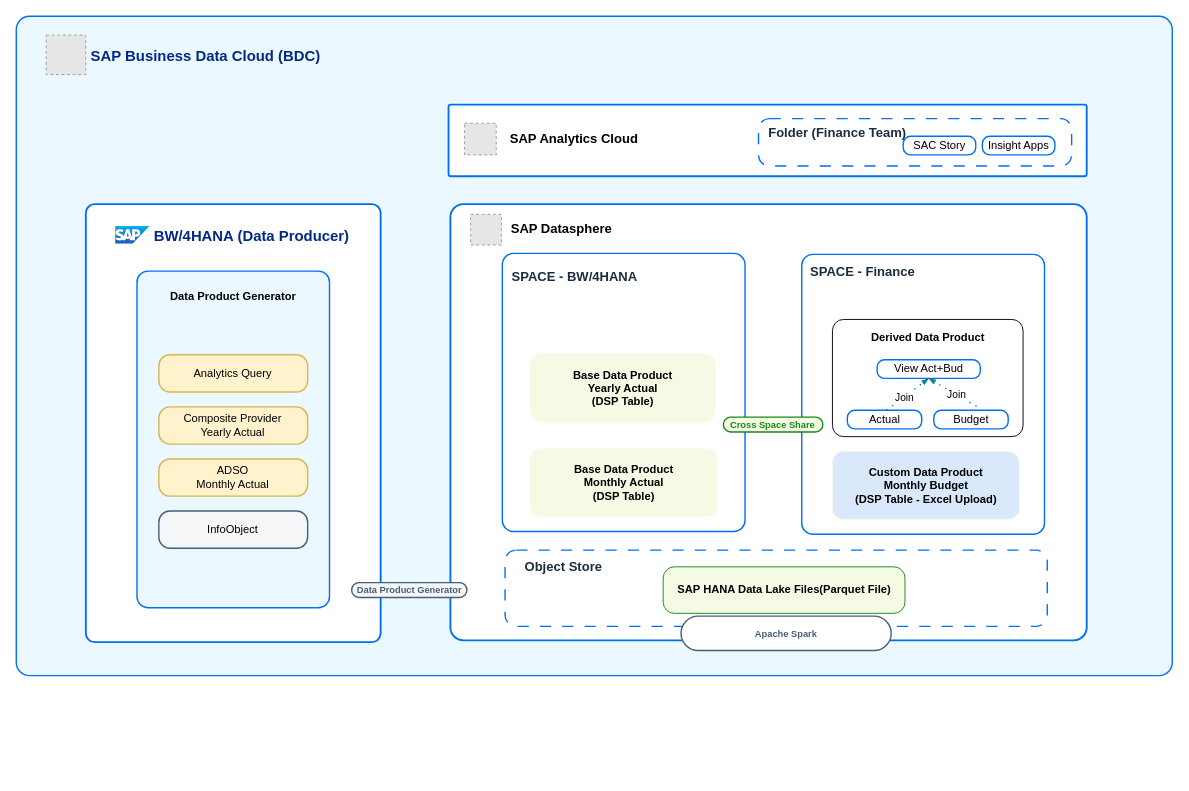
Above: docs/ref-arch/RA0013/4-modernizing-sap-bw-with-sap-bdc/drawio/bw-bdc-detailed.drawio in SAP/architecture-center (draw.io), before the change. Source tidied: cells renumbered, new cells numbered last; positions are measured from the earlier drawing's top-left corner, leaving out a move shared by most shapes. Both pictures are drawn from the tidied source at 93%, with x=0, y=0 at pixel (16, 16). Pictures stored in the file or linked from it are replaced by grey dashed boxes.
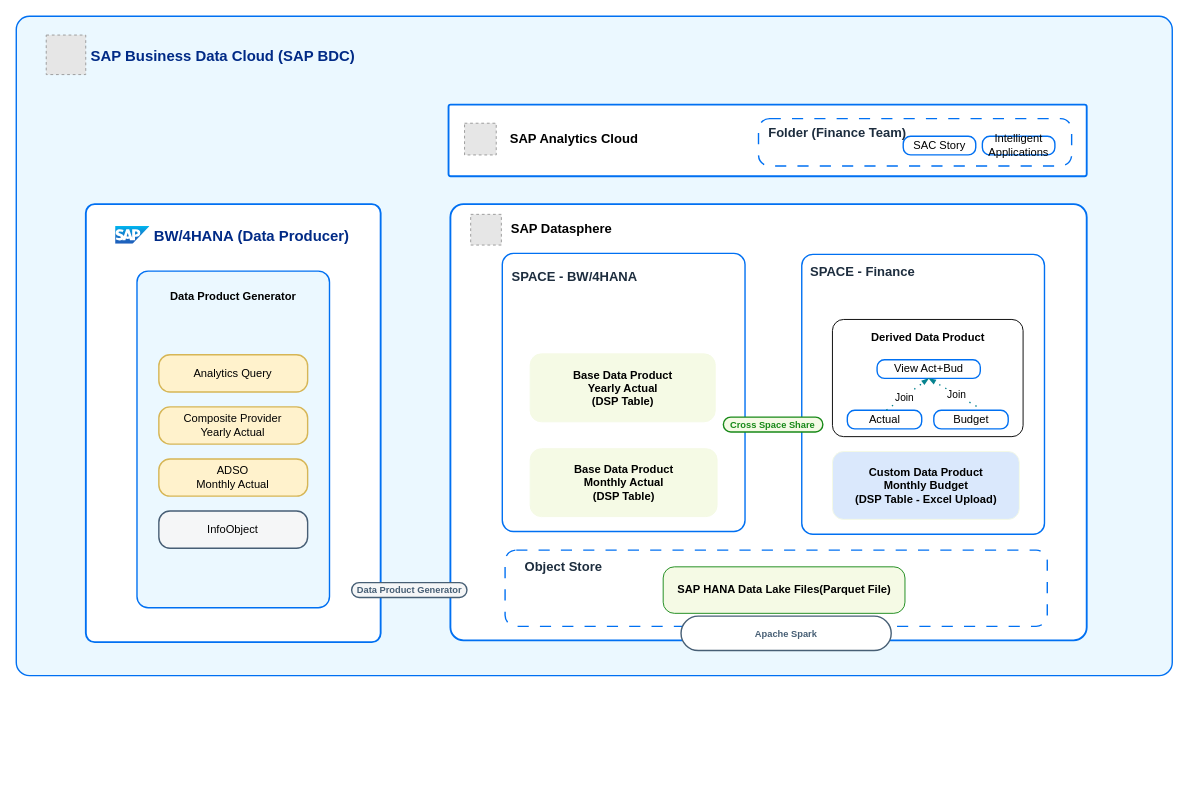
The same diagram, later.

Commit message (it also covers changes not shown here):
refactor SAP BDC and Intelligent Application usage

Unchanged cells that the change refers to:
```xml
<mxCell id="45" style="group;" parent="4" vertex="1">
  <mxGeometry x="660" y="15" width="400" height="51" as="geometry" />
</mxCell>
```

What changed in the source:
```diff
@@
-    <mxCell id="3" value=" SAP Business Data Cloud (BDC)" style="image;image=img/lib/sap/SAP_Logo.svg;editableCssRules=.*;verticalLabelPosition=middle;labelBackgroundColor=none;verticalAlign=middle;imageAspect=0;labelPosition=right;align=left;fontSize=16;fontStyle=1;spacingLeft=0;fontColor=#002A86;spacing=0;" parent="1" vertex="1">
+    <mxCell id="3" value=" SAP Business Data Cloud (SAP BDC)" style="image;image=img/lib/sap/SAP_Logo.svg;editableCssRules=.*;verticalLabelPosition=middle;labelBackgroundColor=none;verticalAlign=middle;imageAspect=0;labelPosition=right;align=left;fontSize=16;fontStyle=1;spacingLeft=0;fontColor=#002A86;spacing=0;" parent="1" vertex="1">
       <mxGeometry x="39" y="32" width="37" height="19" as="geometry" />
     </mxCell>
@@
-    <mxCell id="49" value="Insight Apps" style="rounded=1;whiteSpace=wrap;html=1;strokeColor=#0070F2;strokeWidth=1.5;arcSize=16;fillColor=#ffffff;perimeterSpacing=0;absoluteArcSize=1;" parent="45" vertex="1">
+    <mxCell id="49" value="Intelligent Applications" style="rounded=1;whiteSpace=wrap;html=1;strokeColor=#0070F2;strokeWidth=1.5;arcSize=16;fillColor=#ffffff;perimeterSpacing=0;absoluteArcSize=1;" parent="45" vertex="1">
       <mxGeometry x="304" y="19" width="78" height="20" as="geometry" />
     </mxCell>
```
